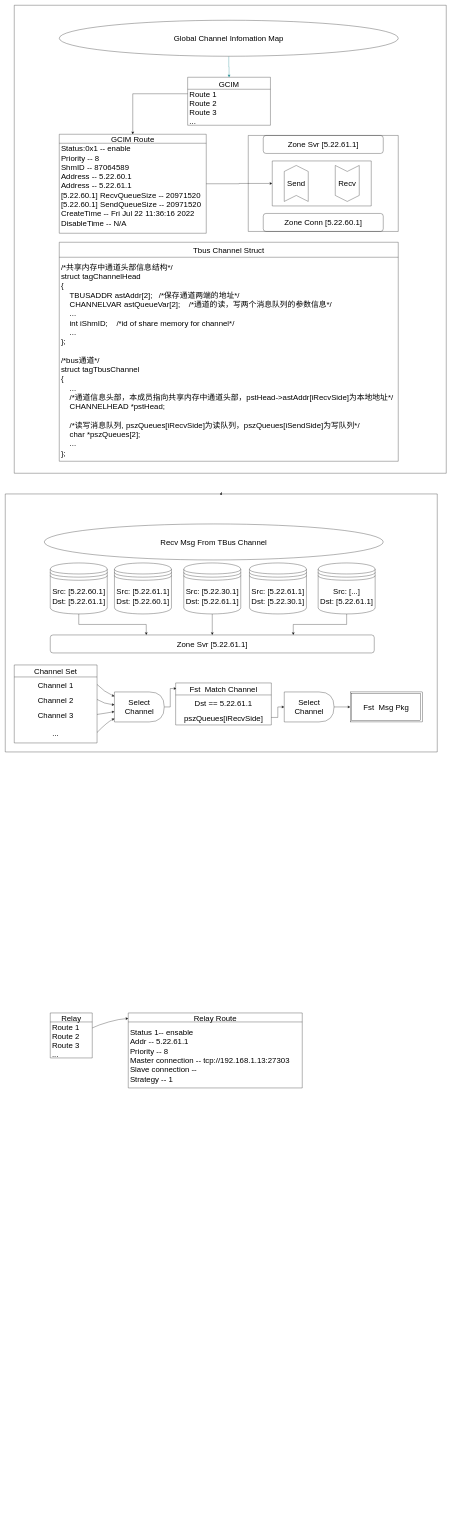
Earlier version of the draw.io diagram Bus.drawio (lincOBA/netstat-tcp). Source tidied: cells renumbered, new cells numbered last; positions are measured from the earlier drawing's top-left corner, leaving out a move shared by most shapes. Both pictures are drawn from the tidied source at 30%, with x=0, y=0 at pixel (5, 5).
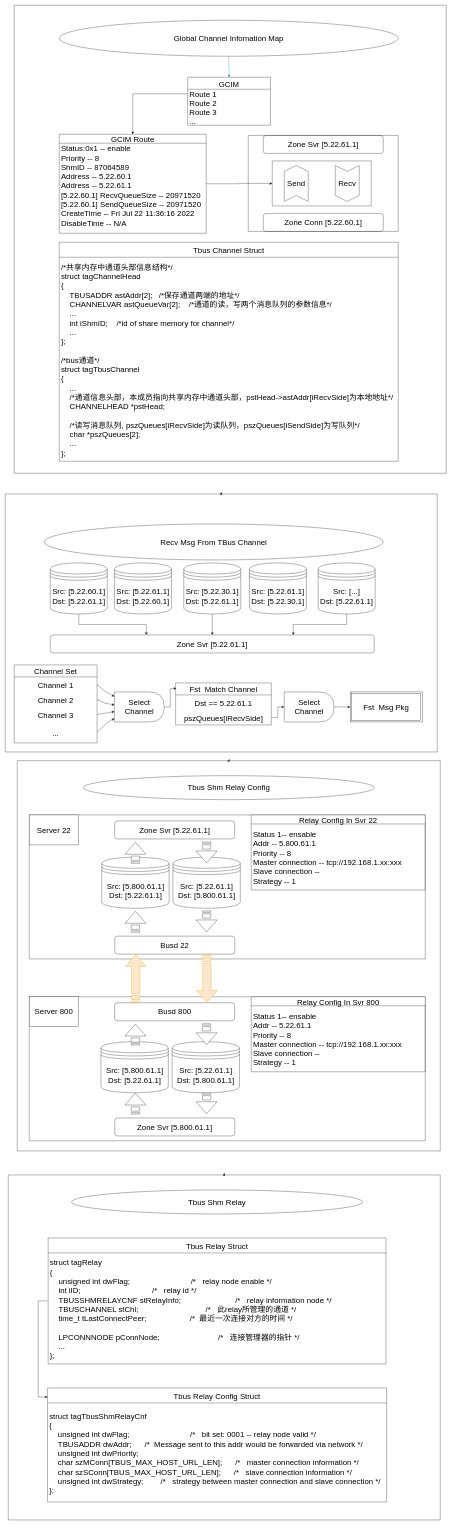
After the change.

Change to the diagram source:
```diff
@@
-    <mxCell id="50" value="Relay" style="swimlane;fontStyle=0;horizontal=1;startSize=30;fontSize=26;" parent="1" vertex="1">
-      <mxGeometry x="150" y="3359" width="140" height="150" as="geometry" />
-    </mxCell>
-    <mxCell id="51" value="Route 1" style="text;strokeColor=none;fillColor=none;align=left;verticalAlign=middle;spacingLeft=4;spacingRight=4;overflow=hidden;fontSize=26;" parent="50" vertex="1">
-      <mxGeometry y="30" width="140" height="30" as="geometry" />
-    </mxCell>
-    <mxCell id="52" value="Route 2" style="text;strokeColor=none;fillColor=none;align=left;verticalAlign=middle;spacingLeft=4;spacingRight=4;overflow=hidden;fontSize=26;" parent="50" vertex="1">
-      <mxGeometry y="60" width="140" height="30" as="geometry" />
-    </mxCell>
-    <mxCell id="53" value="Route 3" style="text;strokeColor=none;fillColor=none;align=left;verticalAlign=middle;spacingLeft=4;spacingRight=4;overflow=hidden;fontSize=26;" parent="50" vertex="1">
-      <mxGeometry y="90" width="140" height="30" as="geometry" />
-    </mxCell>
-    <mxCell id="54" value="..." style="text;strokeColor=none;fillColor=none;align=left;verticalAlign=middle;spacingLeft=4;spacingRight=4;overflow=hidden;fontSize=26;" parent="50" vertex="1">
-      <mxGeometry y="120" width="140" height="30" as="geometry" />
-    </mxCell>
+    <mxCell id="58" value="Recv Msg From TBus Channel" style="ellipse;whiteSpace=wrap;html=1;fontSize=26;fontStyle=0;startSize=30;" parent="1" vertex="1">
+      <mxGeometry x="130" y="1729" width="1130" height="120" as="geometry" />
+    </mxCell>
+    <mxCell id="59" value="d" style="swimlane;startSize=0;fontColor=#000000;" parent="1" vertex="1">
+      <mxGeometry x="40" y="2518" width="1410" height="1301" as="geometry" />
+    </mxCell>
+    <mxCell id="60" value="Tbus Shm Relay Config" style="ellipse;whiteSpace=wrap;html=1;fontSize=26;" parent="59" vertex="1">
+      <mxGeometry x="220" y="50" width="970" height="80" as="geometry" />
+    </mxCell>
+    <mxCell id="61" style="swimlane;startSize=0;fontSize=26;" parent="59" vertex="1">
+      <mxGeometry x="40" y="181" width="1320" height="480" as="geometry" />
+    </mxCell>
+    <mxCell id="62" value="Busd 22" style="rounded=1;whiteSpace=wrap;html=1;fontSize=26;" parent="61" vertex="1">
+      <mxGeometry x="285" y="404" width="400" height="60" as="geometry" />
+    </mxCell>
+    <mxCell id="63" value="Server 22" style="rounded=0;whiteSpace=wrap;html=1;fontSize=26;" parent="61" vertex="1">
+      <mxGeometry width="164" height="100" as="geometry" />
+    </mxCell>
+    <mxCell id="64" value="Zone Svr [5.22.61.1]" style="rounded=1;whiteSpace=wrap;html=1;fontSize=26;" parent="61" vertex="1">
+      <mxGeometry x="284.5" y="20" width="400" height="60" as="geometry" />
+    </mxCell>
+    <mxCell id="65" style="html=1;shadow=0;dashed=0;align=center;verticalAlign=middle;shape=mxgraph.arrows2.stripedArrow;dy=0.6;dx=40;notch=30;fontSize=26;direction=north;" parent="61" vertex="1">
+      <mxGeometry x="319" y="321" width="70" height="70" as="geometry" />
+    </mxCell>
+    <mxCell id="66" value="&lt;div&gt;Src: [5.22.61.1]&lt;/div&gt;&lt;div&gt;Dst: [5.800.61.1]&lt;br&gt;&lt;/div&gt;" style="shape=datastore;whiteSpace=wrap;html=1;fontSize=26;fontColor=#000000;" parent="61" vertex="1">
+      <mxGeometry x="479" y="141" width="224.5" height="170" as="geometry" />
+    </mxCell>
+    <mxCell id="67" value="&lt;div&gt;Src: [5.800.61.1]&lt;/div&gt;&lt;div&gt;Dst: [5.22.61.1]&lt;br&gt;&lt;/div&gt;" style="shape=datastore;whiteSpace=wrap;html=1;fontSize=26;fontColor=#000000;" parent="61" vertex="1">
+      <mxGeometry x="241.8" y="141" width="224.5" height="170" as="geometry" />
+    </mxCell>
+    <mxCell id="68" style="html=1;shadow=0;dashed=0;align=center;verticalAlign=middle;shape=mxgraph.arrows2.stripedArrow;dy=0.6;dx=40;notch=30;fontSize=26;direction=north;" parent="61" vertex="1">
+      <mxGeometry x="319" y="91" width="70" height="70" as="geometry" />
+    </mxCell>
+    <mxCell id="69" style="html=1;shadow=0;dashed=0;align=center;verticalAlign=middle;shape=mxgraph.arrows2.stripedArrow;dy=0.6;dx=40;notch=30;fontSize=26;direction=south;" parent="61" vertex="1">
+      <mxGeometry x="556.2" y="90" width="70" height="70" as="geometry" />
+    </mxCell>
+    <mxCell id="70" style="html=1;shadow=0;dashed=0;align=center;verticalAlign=middle;shape=mxgraph.arrows2.stripedArrow;dy=0.6;dx=40;notch=30;fontSize=26;direction=south;" parent="61" vertex="1">
+      <mxGeometry x="556.2" y="320" width="70" height="70" as="geometry" />
+    </mxCell>
-    <mxCell id="55" value="Relay Route" style="swimlane;fontStyle=0;horizontal=1;startSize=30;fontSize=26;" parent="1" vertex="1">
-      <mxGeometry x="410" y="3359" width="580" height="250" as="geometry" />
+    <mxCell id="55" value="Relay Config In Svr 22 " style="swimlane;fontStyle=0;horizontal=1;startSize=30;fontSize=26;" parent="61" vertex="1">
+      <mxGeometry x="740" width="580" height="250" as="geometry" />
     </mxCell>
-    <mxCell id="56" value="Status 1-- ensable&#10;Addr -- 5.22.61.1&#10;Priority -- 8&#10;Master connection -- tcp://192.168.1.13:27303&#10;Slave connection -- &#10;Strategy -- 1" style="text;strokeColor=none;fillColor=none;align=left;verticalAlign=middle;spacingLeft=4;spacingRight=4;overflow=hidden;fontSize=26;" parent="55" vertex="1">
+    <mxCell id="56" value="Status 1-- ensable&#10;Addr -- 5.800.61.1&#10;Priority -- 8&#10;Master connection -- tcp://192.168.1.xx:xxx&#10;Slave connection -- &#10;Strategy -- 1" style="text;strokeColor=none;fillColor=none;align=left;verticalAlign=middle;spacingLeft=4;spacingRight=4;overflow=hidden;fontSize=26;" parent="55" vertex="1">
       <mxGeometry y="30" width="580" height="220" as="geometry" />
     </mxCell>
-    <mxCell id="57" style="curved=1;endArrow=classic;html=1;rounded=0;fontSize=26;entryX=0;entryY=0.074;entryDx=0;entryDy=0;entryPerimeter=0;" parent="1" edge="1" target="55">
-      <mxGeometry relative="1" as="geometry">
-        <mxPoint x="290" y="3409" as="sourcePoint" />
-        <Array as="points">
-          <mxPoint x="310" y="3399" />
-          <mxPoint x="380" y="3379" />
-        </Array>
-      </mxGeometry>
-    </mxCell>
-    <mxCell id="58" value="Recv Msg From TBus Channel" style="ellipse;whiteSpace=wrap;html=1;fontSize=26;fontStyle=0;startSize=30;" parent="1" vertex="1">
-      <mxGeometry x="130" y="1729" width="1130" height="120" as="geometry" />
-    </mxCell>
+    <mxCell id="71" style="swimlane;startSize=0;fontSize=26;" parent="59" vertex="1">
+      <mxGeometry x="40" y="787" width="1320" height="480" as="geometry" />
+    </mxCell>
+    <mxCell id="72" value="Zone Svr [5.800.61.1]" style="rounded=1;whiteSpace=wrap;html=1;fontSize=26;" parent="71" vertex="1">
+      <mxGeometry x="285" y="404" width="400" height="60" as="geometry" />
+    </mxCell>
+    <mxCell id="73" value="Server 800" style="rounded=0;whiteSpace=wrap;html=1;fontSize=26;" parent="71" vertex="1">
+      <mxGeometry width="164" height="100" as="geometry" />
+    </mxCell>
+    <mxCell id="74" value="Busd 800" style="rounded=1;whiteSpace=wrap;html=1;fontSize=26;" parent="71" vertex="1">
+      <mxGeometry x="284.5" y="20" width="400" height="60" as="geometry" />
+    </mxCell>
+    <mxCell id="75" style="html=1;shadow=0;dashed=0;align=center;verticalAlign=middle;shape=mxgraph.arrows2.stripedArrow;dy=0.6;dx=40;notch=30;fontSize=26;direction=north;" parent="71" vertex="1">
+      <mxGeometry x="319" y="321" width="70" height="70" as="geometry" />
+    </mxCell>
+    <mxCell id="76" style="html=1;shadow=0;dashed=0;align=center;verticalAlign=middle;shape=mxgraph.arrows2.stripedArrow;dy=0.6;dx=40;notch=30;fontSize=26;direction=south;" parent="71" vertex="1">
+      <mxGeometry x="556.2" y="320" width="70" height="70" as="geometry" />
+    </mxCell>
+    <mxCell id="77" value="&lt;div&gt;Src: [5.800.61.1]&lt;/div&gt;&lt;div&gt;Dst: [5.22.61.1]&lt;br&gt;&lt;/div&gt;" style="shape=datastore;whiteSpace=wrap;html=1;fontSize=26;fontColor=#000000;" parent="71" vertex="1">
+      <mxGeometry x="239" y="150" width="224.5" height="170" as="geometry" />
+    </mxCell>
+    <mxCell id="78" value="&lt;div&gt;Src: [5.22.61.1]&lt;/div&gt;&lt;div&gt;Dst: [5.800.61.1]&lt;br&gt;&lt;/div&gt;" style="shape=datastore;whiteSpace=wrap;html=1;fontSize=26;fontColor=#000000;" parent="71" vertex="1">
+      <mxGeometry x="476.2" y="150" width="224.5" height="170" as="geometry" />
+    </mxCell>
+    <mxCell id="79" style="html=1;shadow=0;dashed=0;align=center;verticalAlign=middle;shape=mxgraph.arrows2.stripedArrow;dy=0.6;dx=40;notch=30;fontSize=26;direction=south;" parent="71" vertex="1">
+      <mxGeometry x="556.2" y="90" width="70" height="70" as="geometry" />
+    </mxCell>
+    <mxCell id="80" style="html=1;shadow=0;dashed=0;align=center;verticalAlign=middle;shape=mxgraph.arrows2.stripedArrow;dy=0.6;dx=40;notch=30;fontSize=26;direction=north;" parent="71" vertex="1">
+      <mxGeometry x="319" y="91" width="70" height="70" as="geometry" />
+    </mxCell>
+    <mxCell id="81" value="Relay Config In Svr 800" style="swimlane;fontStyle=0;horizontal=1;startSize=30;fontSize=26;" parent="71" vertex="1">
+      <mxGeometry x="740" width="580" height="250" as="geometry" />
+    </mxCell>
+    <mxCell id="82" value="Status 1-- ensable&#10;Addr -- 5.22.61.1&#10;Priority -- 8&#10;Master connection -- tcp://192.168.1.xx:xxx&#10;Slave connection -- &#10;Strategy -- 1" style="text;strokeColor=none;fillColor=none;align=left;verticalAlign=middle;spacingLeft=4;spacingRight=4;overflow=hidden;fontSize=26;" parent="81" vertex="1">
+      <mxGeometry y="30" width="580" height="220" as="geometry" />
+    </mxCell>
+    <mxCell id="83" style="html=1;shadow=0;dashed=0;align=center;verticalAlign=middle;shape=mxgraph.arrows2.stripedArrow;dy=0.6;dx=40;notch=30;fontSize=26;direction=north;fillColor=#ffe6cc;strokeColor=#d79b00;" parent="59" vertex="1">
+      <mxGeometry x="360" y="646" width="70" height="160" as="geometry" />
+    </mxCell>
+    <mxCell id="84" style="html=1;shadow=0;dashed=0;align=center;verticalAlign=middle;shape=mxgraph.arrows2.stripedArrow;dy=0.6;dx=40;notch=30;fontSize=26;direction=south;fillColor=#ffe6cc;strokeColor=#d79b00;" parent="59" vertex="1">
+      <mxGeometry x="597.2" y="646" width="70" height="160" as="geometry" />
+    </mxCell>
+    <mxCell id="85" value="d" style="swimlane;startSize=0;fontColor=#000000;" parent="1" vertex="1">
+      <mxGeometry x="10" y="3899" width="1440" height="1150" as="geometry" />
+    </mxCell>
+    <mxCell id="86" value="Tbus Shm Relay" style="ellipse;whiteSpace=wrap;html=1;fontSize=26;" parent="85" vertex="1">
+      <mxGeometry x="211" y="50" width="970" height="80" as="geometry" />
+    </mxCell>
+    <mxCell id="87" value="Tbus Relay Config Struct" style="swimlane;fontStyle=0;horizontal=1;startSize=50;fontSize=26;" parent="85" vertex="1">
+      <mxGeometry x="131" y="710" width="1130" height="380" as="geometry" />
+    </mxCell>
+    <mxCell id="88" value="struct tagTbusShmRelayCnf&#10;{&#10;    unsigned int dwFlag;                            /*   bit set: 0001 -- relay node valid */&#10;    TBUSADDR dwAddr;      /*  Message sent to this addr would be forwarded via network */&#10;    unsigned int dwPriority;                     &#10;    char szMConn[TBUS_MAX_HOST_URL_LEN];      /*   master connection information */&#10;    char szSConn[TBUS_MAX_HOST_URL_LEN];      /*   slave connection information */&#10;    unsigned int dwStrategy;        /*   strategy between master connection and slave connection */&#10;};" style="text;strokeColor=none;fillColor=none;align=left;verticalAlign=middle;spacingLeft=4;spacingRight=4;overflow=hidden;fontSize=26;fontColor=#000000;" parent="87" vertex="1">
+      <mxGeometry y="50" width="1130" height="330" as="geometry" />
+    </mxCell>
+    <mxCell id="89" value="Tbus Relay Struct" style="swimlane;fontStyle=0;horizontal=1;startSize=50;fontSize=26;" parent="85" vertex="1">
+      <mxGeometry x="133" y="210" width="1126" height="420" as="geometry" />
+    </mxCell>
+    <mxCell id="90" value="struct tagRelay&#10;{&#10;    unsigned int dwFlag;                            /*   relay node enable */&#10;    int iID;                                 /*   relay id */&#10;    TBUSSHMRELAYCNF stRelayInfo;                         /*   relay information node */&#10;    TBUSCHANNEL stChl;                               /*   此relay所管理的通道 */&#10;    time_t tLastConnectPeer;                    /*  最近一次连接对方的时间 */&#10;                    &#10;    LPCONNNODE pConnNode;                           /*   连接管理器的指针 */&#10;    ...&#10;};" style="text;strokeColor=none;fillColor=none;align=left;verticalAlign=middle;spacingLeft=4;spacingRight=4;overflow=hidden;fontSize=26;fontColor=#000000;" parent="89" vertex="1">
+      <mxGeometry y="50" width="1126" height="370" as="geometry" />
+    </mxCell>
+    <mxCell id="91" style="edgeStyle=orthogonalEdgeStyle;rounded=0;jettySize=auto;html=1;fontSize=26;" parent="85" edge="1" target="87">
+      <mxGeometry relative="1" as="geometry">
+        <mxPoint x="130" y="420" as="sourcePoint" />
+        <Array as="points">
+          <mxPoint x="100" y="420" />
+          <mxPoint x="100" y="740" />
+        </Array>
+      </mxGeometry>
+    </mxCell>
```
